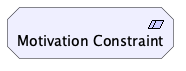
The PlantUML diagram doc/elements/motivation-constraint.plantuml.png in SixArm/archimate-examples, before a commit.
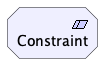
The same file after the commit.

Diff of the diagram source:
```diff
@@ -1,4 +1,4 @@
 @startuml
 !include <archimate/Archimate>
-Motivation_Constraint(MC_01, "Motivation Constraint")
+Motivation_Constraint(Constraint, "Constraint")
 @enduml
```
